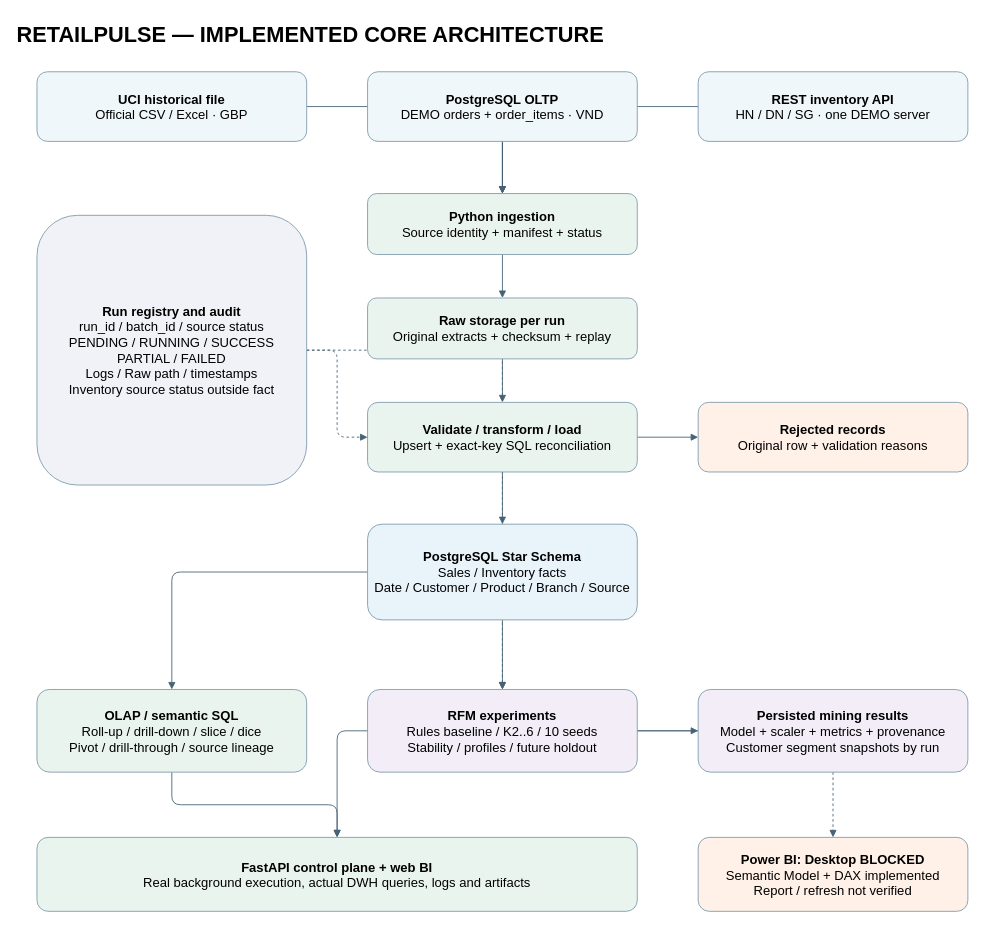
Earlier version of the draw.io diagram docs/architecture/RetailPulse_HLD_v4.drawio (VIENDANBACK5/RetailPulse). Source tidied: cells renumbered, new cells numbered last; positions are measured from the earlier drawing's top-left corner, leaving out a move shared by most shapes. Both pictures are drawn from the tidied source at 87%, with x=0, y=0 at pixel (15, 15).
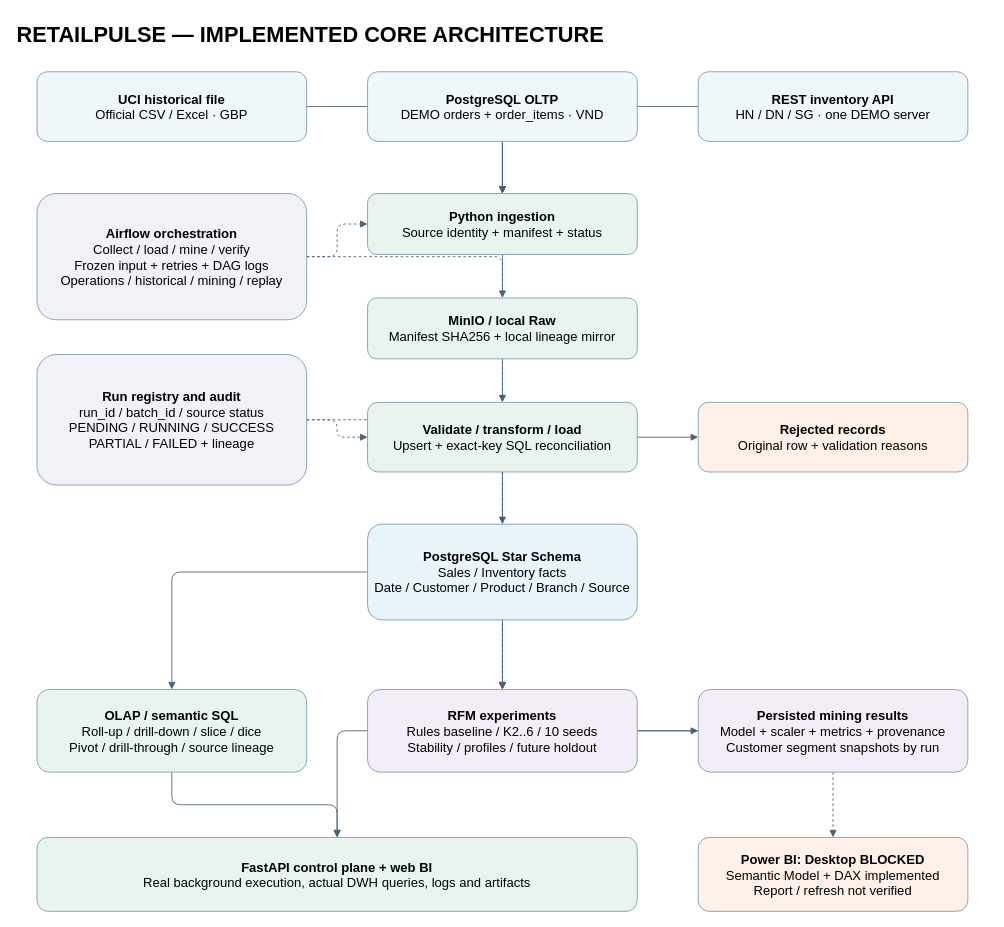
The same page after the edit.

Unchanged cells that the change refers to:
```xml
<mxCell id="21" value="&lt;b&gt;Python ingestion&lt;/b&gt;&lt;br&gt;Source identity + manifest + status" style="rounded=1;whiteSpace=wrap;html=1;fontSize=15;fillColor=#eaf4ef;strokeColor=#7c9aab;" parent="1" vertex="1">
  <mxGeometry x="405" y="205" width="310" height="70" as="geometry" />
</mxCell>
<mxCell id="28" value="&lt;b&gt;RFM experiments&lt;/b&gt;&lt;br&gt;Rules baseline / K2..6 / 10 seeds&lt;br&gt;Stability / profiles / future holdout" style="rounded=1;whiteSpace=wrap;html=1;fontSize=15;fillColor=#f2edf7;strokeColor=#7c9aab;" parent="1" vertex="1">
  <mxGeometry x="405" y="775" width="310" height="95" as="geometry" />
</mxCell>
```

The edit, as a diff of the source:
```diff
@@
+    <mxCell id="32" style="edgeStyle=orthogonalEdgeStyle;endArrow=block;html=1;strokeColor=#466274;dashed=1;" parent="1" edge="1" source="34" target="21">
+      <mxGeometry relative="1" as="geometry" />
+    </mxCell>
+    <mxCell id="33" style="edgeStyle=orthogonalEdgeStyle;endArrow=block;html=1;strokeColor=#466274;dashed=1;" parent="1" edge="1" source="34" target="28">
+      <mxGeometry relative="1" as="geometry" />
+    </mxCell>
@@
-    <mxCell id="22" value="&lt;b&gt;Raw storage per run&lt;/b&gt;&lt;br&gt;Original extracts + checksum + replay" style="rounded=1;whiteSpace=wrap;html=1;fontSize=15;fillColor=#eaf4ef;strokeColor=#7c9aab;" parent="1" vertex="1">
+    <mxCell id="22" value="&lt;b&gt;MinIO / local Raw&lt;/b&gt;&lt;br&gt;Manifest SHA256 + local lineage mirror" style="rounded=1;whiteSpace=wrap;html=1;fontSize=15;fillColor=#eaf4ef;strokeColor=#7c9aab;" parent="1" vertex="1">
       <mxGeometry x="405" y="325" width="310" height="70" as="geometry" />
     </mxCell>
@@
+    <mxCell id="34" value="&lt;b&gt;Airflow orchestration&lt;/b&gt;&lt;br&gt;Collect / load / mine / verify&lt;br&gt;Frozen input + retries + DAG logs&lt;br&gt;Operations / historical / mining / replay" style="rounded=1;whiteSpace=wrap;html=1;fontSize=15;fillColor=#f1f1f8;strokeColor=#7c9aab;" parent="1" vertex="1">
+      <mxGeometry x="25" y="205" width="310" height="145" as="geometry" />
+    </mxCell>
-    <mxCell id="26" value="&lt;b&gt;Run registry and audit&lt;/b&gt;&lt;br&gt;run_id / batch_id / source status&lt;br&gt;PENDING / RUNNING / SUCCESS&lt;br&gt;PARTIAL / FAILED&lt;br&gt;Logs / Raw path / timestamps&lt;br&gt;Inventory source status outside fact" style="rounded=1;whiteSpace=wrap;html=1;fontSize=15;fillColor=#f1f1f8;strokeColor=#7c9aab;" parent="1" vertex="1">
-      <mxGeometry x="25" y="230" width="310" height="310" as="geometry" />
+    <mxCell id="26" value="&lt;b&gt;Run registry and audit&lt;/b&gt;&lt;br&gt;run_id / batch_id / source status&lt;br&gt;PENDING / RUNNING / SUCCESS&lt;br&gt;PARTIAL / FAILED + lineage" style="rounded=1;whiteSpace=wrap;html=1;fontSize=15;fillColor=#f1f1f8;strokeColor=#7c9aab;" parent="1" vertex="1">
+      <mxGeometry x="25" y="390" width="310" height="150" as="geometry" />
     </mxCell>
```
